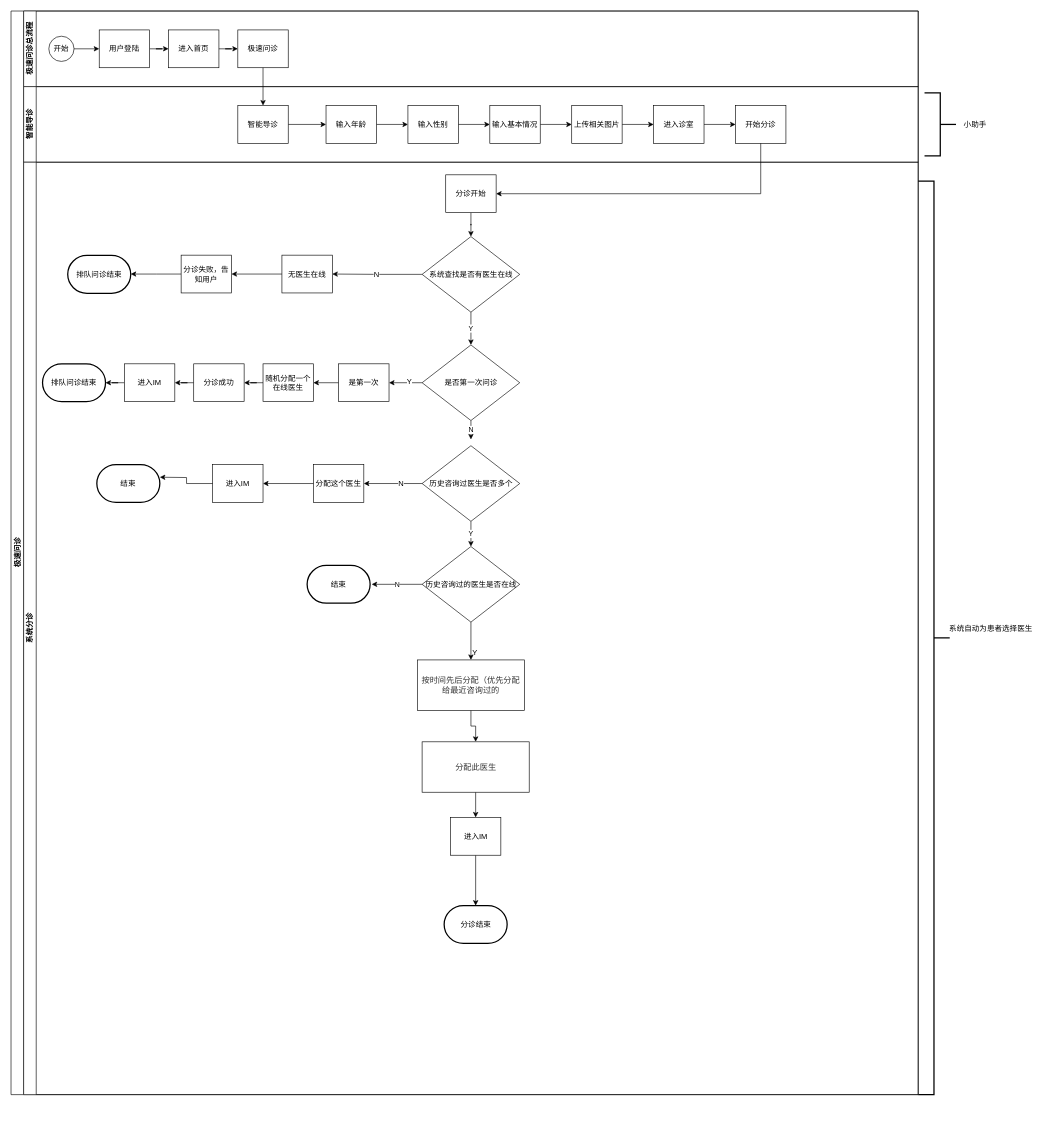
robustwang/uml keeps this draw.io diagram as page "Page-1" (1 of 2) of 首页优化泳道.drawio. Above is the earlier version. Source tidied: cells renumbered, new cells numbered last; positions are measured from the earlier drawing's top-left corner, leaving out a move shared by most shapes. Both pictures are drawn from the tidied source at 63%, with x=0, y=0 at pixel (11, 11).
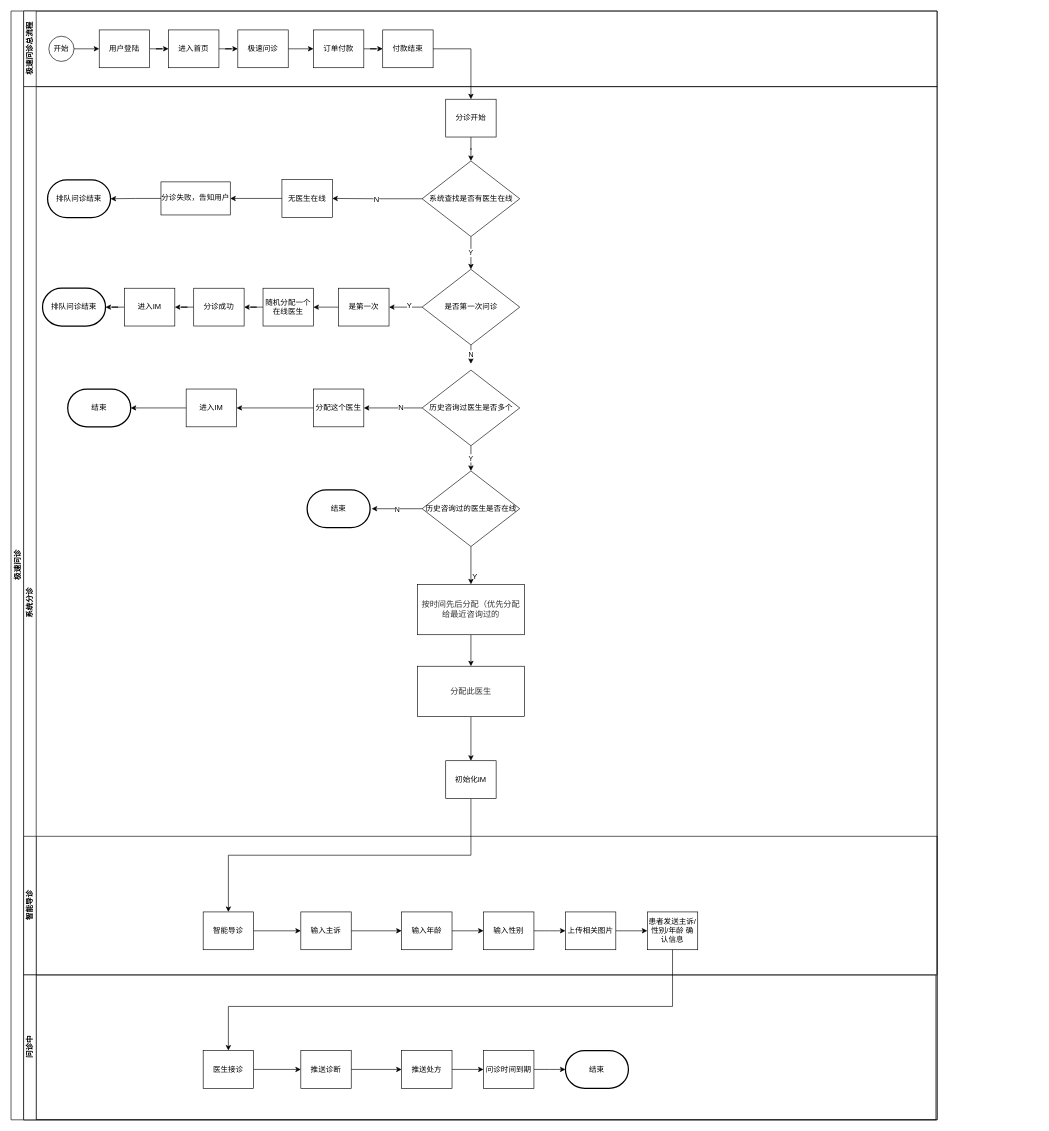
Above is the later version.

Unchanged cells that the change refers to:
```xml
<mxCell id="5" value="极速问诊" style="rounded=0;whiteSpace=wrap;html=1;fontFamily=Helvetica;fontSize=12;fontColor=#000000;align=center;" parent="3" vertex="1">
  <mxGeometry x="340" y="30" width="80" height="60" as="geometry" />
</mxCell>
<mxCell id="29" value="分诊开始" style="rounded=0;whiteSpace=wrap;html=1;fontFamily=Helvetica;fontSize=12;fontColor=#000000;align=center;" parent="27" vertex="1">
  <mxGeometry x="670" y="20" width="80" height="60" as="geometry" />
</mxCell>
```

The edit, as a diff of the source:
```diff
@@
     <mxCell id="2" value="极速问诊" style="swimlane;html=1;horizontal=0;startSize=20;" parent="1" vertex="1">
-      <mxGeometry width="1440" height="1720" as="geometry" />
+      <mxGeometry width="1470" height="1760" as="geometry" />
     </mxCell>
     <mxCell id="3" value="极速问诊总流程" style="swimlane;html=1;startSize=20;horizontal=0;" parent="2" vertex="1">
-      <mxGeometry x="20" width="1420" height="120" as="geometry" />
+      <mxGeometry x="20" width="1450" height="120" as="geometry" />
     </mxCell>
@@
+    <mxCell id="77" style="edgeStyle=orthogonalEdgeStyle;rounded=0;jettySize=auto;html=1;" parent="3" edge="1" source="5" target="79">
+      <mxGeometry relative="1" as="geometry" />
+    </mxCell>
@@
-    <mxCell id="11" value="智能导诊" style="swimlane;html=1;startSize=20;horizontal=0;" parent="2" vertex="1">
-      <mxGeometry x="20" y="120" width="1420" height="120" as="geometry" />
-    </mxCell>
-    <mxCell id="12" style="edgeStyle=orthogonalEdgeStyle;rounded=0;jettySize=auto;html=1;" parent="11" edge="1" source="14" target="21">
-      <mxGeometry relative="1" as="geometry" />
-    </mxCell>
-    <mxCell id="13" style="edgeStyle=orthogonalEdgeStyle;rounded=0;jettySize=auto;html=1;" parent="11" edge="1" source="23" target="19">
-      <mxGeometry relative="1" as="geometry" />
-    </mxCell>
-    <mxCell id="14" value="智能导诊" style="rounded=0;whiteSpace=wrap;html=1;fontFamily=Helvetica;fontSize=12;fontColor=#000000;align=center;" parent="11" vertex="1">
-      <mxGeometry x="340" y="30" width="80" height="60" as="geometry" />
-    </mxCell>
-    <mxCell id="15" style="edgeStyle=orthogonalEdgeStyle;rounded=0;jettySize=auto;html=1;" parent="11" edge="1" source="21" target="22">
-      <mxGeometry relative="1" as="geometry" />
-    </mxCell>
-    <mxCell id="16" style="edgeStyle=orthogonalEdgeStyle;rounded=0;jettySize=auto;html=1;" parent="11" edge="1" source="22" target="20">
-      <mxGeometry relative="1" as="geometry" />
-    </mxCell>
-    <mxCell id="17" style="edgeStyle=orthogonalEdgeStyle;rounded=0;jettySize=auto;html=1;" parent="11" edge="1" source="20" target="23">
-      <mxGeometry relative="1" as="geometry" />
-    </mxCell>
-    <mxCell id="18" style="edgeStyle=orthogonalEdgeStyle;rounded=0;jettySize=auto;html=1;" parent="11" edge="1" source="19" target="24">
-      <mxGeometry relative="1" as="geometry" />
-    </mxCell>
-    <mxCell id="19" value="进入诊室" style="rounded=0;whiteSpace=wrap;html=1;fontFamily=Helvetica;fontSize=12;fontColor=#000000;align=center;" parent="11" vertex="1">
-      <mxGeometry x="1000" y="30" width="80" height="60" as="geometry" />
-    </mxCell>
-    <mxCell id="20" value="输入基本情况" style="rounded=0;whiteSpace=wrap;html=1;fontFamily=Helvetica;fontSize=12;fontColor=#000000;align=center;" parent="11" vertex="1">
-      <mxGeometry x="740" y="30" width="80" height="60" as="geometry" />
-    </mxCell>
-    <mxCell id="21" value="输入年龄" style="rounded=0;whiteSpace=wrap;html=1;fontFamily=Helvetica;fontSize=12;fontColor=#000000;align=center;" parent="11" vertex="1">
-      <mxGeometry x="480" y="30" width="80" height="60" as="geometry" />
-    </mxCell>
-    <mxCell id="22" value="输入性别" style="rounded=0;whiteSpace=wrap;html=1;fontFamily=Helvetica;fontSize=12;fontColor=#000000;align=center;" parent="11" vertex="1">
-      <mxGeometry x="610" y="30" width="80" height="60" as="geometry" />
-    </mxCell>
-    <mxCell id="23" value="上传相关图片" style="rounded=0;whiteSpace=wrap;html=1;fontFamily=Helvetica;fontSize=12;fontColor=#000000;align=center;" parent="11" vertex="1">
-      <mxGeometry x="870" y="30" width="80" height="60" as="geometry" />
-    </mxCell>
-    <mxCell id="24" value="开始分诊" style="rounded=0;whiteSpace=wrap;html=1;fontFamily=Helvetica;fontSize=12;fontColor=#000000;align=center;" parent="11" vertex="1">
-      <mxGeometry x="1130" y="30" width="80" height="60" as="geometry" />
-    </mxCell>
-    <mxCell id="25" style="edgeStyle=orthogonalEdgeStyle;rounded=0;jettySize=auto;html=1;" parent="2" edge="1" source="5" target="14">
-      <mxGeometry relative="1" as="geometry" />
-    </mxCell>
-    <mxCell id="26" style="edgeStyle=orthogonalEdgeStyle;rounded=0;jettySize=auto;html=1;entryX=1;entryY=0.5;entryDx=0;entryDy=0;" parent="2" edge="1" source="24" target="29">
-      <mxGeometry relative="1" as="geometry">
-        <Array as="points">
-          <mxPoint x="1190" y="290" />
-        </Array>
-      </mxGeometry>
-    </mxCell>
+    <mxCell id="78" style="edgeStyle=orthogonalEdgeStyle;rounded=0;jettySize=auto;html=1;" parent="3" edge="1" source="79" target="80">
+      <mxGeometry relative="1" as="geometry" />
+    </mxCell>
+    <mxCell id="79" value="订单付款" style="rounded=0;whiteSpace=wrap;html=1;fontFamily=Helvetica;fontSize=12;fontColor=#000000;align=center;" parent="3" vertex="1">
+      <mxGeometry x="460" y="30" width="80" height="60" as="geometry" />
+    </mxCell>
+    <mxCell id="80" value="付款结束" style="rounded=0;whiteSpace=wrap;html=1;fontFamily=Helvetica;fontSize=12;fontColor=#000000;align=center;" parent="3" vertex="1">
+      <mxGeometry x="570" y="30" width="80" height="60" as="geometry" />
+    </mxCell>
+    <mxCell id="81" style="edgeStyle=orthogonalEdgeStyle;rounded=0;jettySize=auto;html=1;entryX=0.5;entryY=0;entryDx=0;entryDy=0;" parent="2" edge="1" source="80" target="29">
+      <mxGeometry relative="1" as="geometry" />
+    </mxCell>
     <mxCell id="27" value="系统分诊" style="swimlane;html=1;startSize=20;horizontal=0;" parent="2" vertex="1">
-      <mxGeometry x="20" y="240" width="1420" height="1480" as="geometry" />
+      <mxGeometry x="20" y="120" width="1450" height="1640" as="geometry" />
     </mxCell>
@@
-    <mxCell id="33" style="edgeStyle=orthogonalEdgeStyle;rounded=0;jettySize=auto;html=1;" parent="27" edge="1" source="50">
-      <mxGeometry relative="1" as="geometry">
-        <mxPoint x="170" y="177.5" as="targetPoint" />
-      </mxGeometry>
+    <mxCell id="33" style="edgeStyle=orthogonalEdgeStyle;rounded=0;jettySize=auto;html=1;entryX=1;entryY=0.5;entryDx=0;entryDy=0;entryPerimeter=0;" parent="27" edge="1" source="50" target="49">
+      <mxGeometry relative="1" as="geometry" />
     </mxCell>
@@
+    <mxCell id="50" value="分诊失败，告知用户" style="rounded=0;whiteSpace=wrap;html=1;fontFamily=Helvetica;fontSize=12;fontColor=#000000;align=center;" parent="27" vertex="1">
+      <mxGeometry x="218" y="151.2" width="110" height="52.5" as="geometry" />
+    </mxCell>
+    <mxCell id="49" value="排队问诊结束" style="strokeWidth=2;html=1;shape=mxgraph.flowchart.terminator;whiteSpace=wrap;" parent="27" vertex="1">
+      <mxGeometry x="38" y="148" width="100" height="60" as="geometry" />
+    </mxCell>
@@
-    <mxCell id="49" value="排队问诊结束" style="strokeWidth=2;html=1;shape=mxgraph.flowchart.terminator;whiteSpace=wrap;" parent="27" vertex="1">
-      <mxGeometry x="70" y="148" width="100" height="60" as="geometry" />
-    </mxCell>
-    <mxCell id="50" value="分诊失败，告知用户" style="rounded=0;whiteSpace=wrap;html=1;fontFamily=Helvetica;fontSize=12;fontColor=#000000;align=center;" parent="27" vertex="1">
-      <mxGeometry x="250" y="147.5" width="80" height="60" as="geometry" />
-    </mxCell>
@@
     <mxCell id="53" value="结束" style="strokeWidth=2;html=1;shape=mxgraph.flowchart.terminator;whiteSpace=wrap;" parent="27" vertex="1">
-      <mxGeometry x="116.2" y="480" width="100" height="60" as="geometry" />
+      <mxGeometry x="70" y="480" width="100" height="60" as="geometry" />
     </mxCell>
-    <mxCell id="54" value="进入IM" style="rounded=0;whiteSpace=wrap;html=1;fontFamily=Helvetica;fontSize=12;fontColor=#000000;align=center;" parent="27" vertex="1">
-      <mxGeometry x="300" y="480" width="80" height="60" as="geometry" />
-    </mxCell>
@@
-    <mxCell id="58" style="edgeStyle=orthogonalEdgeStyle;rounded=0;jettySize=auto;html=1;" parent="27" edge="1" source="54">
-      <mxGeometry relative="1" as="geometry">
-        <mxPoint x="216.2" y="500" as="targetPoint" />
-      </mxGeometry>
+    <mxCell id="58" style="edgeStyle=orthogonalEdgeStyle;rounded=0;jettySize=auto;html=1;entryX=1;entryY=0.5;entryDx=0;entryDy=0;entryPerimeter=0;" parent="27" edge="1" source="54" target="53">
+      <mxGeometry relative="1" as="geometry" />
     </mxCell>
@@
+    <mxCell id="54" value="进入IM" style="rounded=0;whiteSpace=wrap;html=1;fontFamily=Helvetica;fontSize=12;fontColor=#000000;align=center;" parent="27" vertex="1">
+      <mxGeometry x="258" y="480" width="80" height="60" as="geometry" />
+    </mxCell>
@@
+    <mxCell id="69" style="edgeStyle=orthogonalEdgeStyle;rounded=0;jettySize=auto;html=1;entryX=0.5;entryY=0;entryDx=0;entryDy=0;exitX=0.5;exitY=1;exitDx=0;exitDy=0;" parent="27" edge="1" source="70" target="14">
+      <mxGeometry relative="1" as="geometry" />
+    </mxCell>
     <mxCell id="68" value="&lt;span style=&quot;color: rgb(51 , 51 , 51) ; font-family: , &amp;#34;pingfang sc&amp;#34; ; font-size: 13px&quot;&gt;分配此医生&lt;/span&gt;" style="rounded=0;whiteSpace=wrap;html=1;fontFamily=Helvetica;fontSize=12;fontColor=#000000;align=center;" parent="27" vertex="1">
-      <mxGeometry x="632.5" y="920" width="170" height="80" as="geometry" />
+      <mxGeometry x="625" y="920" width="170" height="80" as="geometry" />
     </mxCell>
-    <mxCell id="69" style="edgeStyle=orthogonalEdgeStyle;rounded=0;jettySize=auto;html=1;" parent="27" edge="1" source="70" target="71">
-      <mxGeometry relative="1" as="geometry" />
-    </mxCell>
-    <mxCell id="70" value="进入IM" style="rounded=0;whiteSpace=wrap;html=1;fontFamily=Helvetica;fontSize=12;fontColor=#000000;align=center;" parent="27" vertex="1">
-      <mxGeometry x="677.5" y="1040" width="80" height="60" as="geometry" />
+    <mxCell id="70" value="初始化IM" style="rounded=0;whiteSpace=wrap;html=1;fontFamily=Helvetica;fontSize=12;fontColor=#000000;align=center;" parent="27" vertex="1">
+      <mxGeometry x="670" y="1070" width="80" height="60" as="geometry" />
     </mxCell>
-    <mxCell id="71" value="分诊结束" style="strokeWidth=2;html=1;shape=mxgraph.flowchart.terminator;whiteSpace=wrap;" parent="27" vertex="1">
-      <mxGeometry x="667.5" y="1180" width="100" height="60" as="geometry" />
-    </mxCell>
@@
-    <mxCell id="73" style="strokeWidth=2;html=1;shape=mxgraph.flowchart.annotation_2;align=left;labelPosition=right;rotation=-180;" parent="1" vertex="1">
-      <mxGeometry x="1450" y="130" width="50" height="100" as="geometry" />
-    </mxCell>
-    <mxCell id="74" value="小助手" style="text;html=1;align=center;verticalAlign=middle;" parent="1" vertex="1">
-      <mxGeometry x="1505" y="170" width="50" height="20" as="geometry" />
-    </mxCell>
-    <mxCell id="75" style="strokeWidth=2;html=1;shape=mxgraph.flowchart.annotation_2;align=left;labelPosition=right;rotation=-180;" parent="1" vertex="1">
-      <mxGeometry x="1440" y="270" width="50" height="1450" as="geometry" />
-    </mxCell>
-    <mxCell id="76" value="系统自动为患者选择医生&lt;br&gt;" style="text;html=1;align=center;verticalAlign=middle;" parent="1" vertex="1">
-      <mxGeometry x="1480" y="970" width="150" height="20" as="geometry" />
-    </mxCell>
+    <mxCell id="11" value="智能导诊" style="swimlane;html=1;startSize=20;horizontal=0;" parent="27" vertex="1">
+      <mxGeometry y="1190" width="1450" height="220" as="geometry" />
+    </mxCell>
+    <mxCell id="12" style="edgeStyle=orthogonalEdgeStyle;rounded=0;jettySize=auto;html=1;" parent="11" edge="1" source="83" target="21">
+      <mxGeometry relative="1" as="geometry" />
+    </mxCell>
+    <mxCell id="13" style="edgeStyle=orthogonalEdgeStyle;rounded=0;jettySize=auto;html=1;entryX=0;entryY=0.5;entryDx=0;entryDy=0;" parent="11" edge="1" source="23" target="82">
+      <mxGeometry relative="1" as="geometry" />
+    </mxCell>
+    <mxCell id="15" style="edgeStyle=orthogonalEdgeStyle;rounded=0;jettySize=auto;html=1;" parent="11" edge="1" source="21" target="22">
+      <mxGeometry relative="1" as="geometry" />
+    </mxCell>
+    <mxCell id="16" style="edgeStyle=orthogonalEdgeStyle;rounded=0;jettySize=auto;html=1;" parent="11" edge="1" source="22">
+      <mxGeometry relative="1" as="geometry">
+        <mxPoint x="860" y="150" as="targetPoint" />
+      </mxGeometry>
+    </mxCell>
+    <mxCell id="82" value="患者发送主诉/性别/年龄 确认信息" style="rounded=0;whiteSpace=wrap;html=1;fontFamily=Helvetica;fontSize=12;fontColor=#000000;align=center;" parent="11" vertex="1">
+      <mxGeometry x="990" y="120" width="80" height="60" as="geometry" />
+    </mxCell>
+    <mxCell id="23" value="上传相关图片" style="rounded=0;whiteSpace=wrap;html=1;fontFamily=Helvetica;fontSize=12;fontColor=#000000;align=center;" parent="11" vertex="1">
+      <mxGeometry x="860" y="120" width="80" height="60" as="geometry" />
+    </mxCell>
+    <mxCell id="21" value="输入年龄" style="rounded=0;whiteSpace=wrap;html=1;fontFamily=Helvetica;fontSize=12;fontColor=#000000;align=center;" parent="11" vertex="1">
+      <mxGeometry x="600" y="120" width="80" height="60" as="geometry" />
+    </mxCell>
+    <mxCell id="22" value="输入性别" style="rounded=0;whiteSpace=wrap;html=1;fontFamily=Helvetica;fontSize=12;fontColor=#000000;align=center;" parent="11" vertex="1">
+      <mxGeometry x="730" y="120" width="80" height="60" as="geometry" />
+    </mxCell>
+    <mxCell id="14" value="智能导诊" style="rounded=0;whiteSpace=wrap;html=1;fontFamily=Helvetica;fontSize=12;fontColor=#000000;align=center;" parent="11" vertex="1">
+      <mxGeometry x="285" y="120" width="80" height="60" as="geometry" />
+    </mxCell>
+    <mxCell id="83" value="输入主诉" style="rounded=0;whiteSpace=wrap;html=1;fontFamily=Helvetica;fontSize=12;fontColor=#000000;align=center;" parent="11" vertex="1">
+      <mxGeometry x="440" y="120" width="80" height="60" as="geometry" />
+    </mxCell>
+    <mxCell id="84" style="edgeStyle=orthogonalEdgeStyle;rounded=0;jettySize=auto;html=1;" parent="11" edge="1" source="14" target="83">
+      <mxGeometry relative="1" as="geometry" />
+    </mxCell>
+    <mxCell id="85" value="结束" style="strokeWidth=2;html=1;shape=mxgraph.flowchart.terminator;whiteSpace=wrap;" parent="27" vertex="1">
+      <mxGeometry x="860" y="1530" width="100" height="60" as="geometry" />
+    </mxCell>
+    <mxCell id="86" value="问诊中" style="swimlane;html=1;startSize=20;horizontal=0;" parent="1" vertex="1">
+      <mxGeometry x="20" y="1530" width="1448" height="230" as="geometry" />
+    </mxCell>
+    <mxCell id="87" style="edgeStyle=orthogonalEdgeStyle;rounded=0;jettySize=auto;html=1;" parent="86" edge="1" source="93" target="90">
+      <mxGeometry relative="1" as="geometry" />
+    </mxCell>
+    <mxCell id="88" style="edgeStyle=orthogonalEdgeStyle;rounded=0;jettySize=auto;html=1;" parent="86" edge="1" source="90" target="91">
+      <mxGeometry relative="1" as="geometry" />
+    </mxCell>
+    <mxCell id="89" style="edgeStyle=orthogonalEdgeStyle;rounded=0;jettySize=auto;html=1;" parent="86" edge="1" source="91">
+      <mxGeometry relative="1" as="geometry">
+        <mxPoint x="860" y="150" as="targetPoint" />
+      </mxGeometry>
+    </mxCell>
+    <mxCell id="90" value="推送处方" style="rounded=0;whiteSpace=wrap;html=1;fontFamily=Helvetica;fontSize=12;fontColor=#000000;align=center;" parent="86" vertex="1">
+      <mxGeometry x="600" y="120" width="80" height="60" as="geometry" />
+    </mxCell>
+    <mxCell id="91" value="问诊时间到期" style="rounded=0;whiteSpace=wrap;html=1;fontFamily=Helvetica;fontSize=12;fontColor=#000000;align=center;" parent="86" vertex="1">
+      <mxGeometry x="730" y="120" width="80" height="60" as="geometry" />
+    </mxCell>
+    <mxCell id="92" value="医生接诊" style="rounded=0;whiteSpace=wrap;html=1;fontFamily=Helvetica;fontSize=12;fontColor=#000000;align=center;" parent="86" vertex="1">
+      <mxGeometry x="285" y="120" width="80" height="60" as="geometry" />
+    </mxCell>
+    <mxCell id="93" value="推送诊断" style="rounded=0;whiteSpace=wrap;html=1;fontFamily=Helvetica;fontSize=12;fontColor=#000000;align=center;" parent="86" vertex="1">
+      <mxGeometry x="440" y="120" width="80" height="60" as="geometry" />
+    </mxCell>
+    <mxCell id="94" style="edgeStyle=orthogonalEdgeStyle;rounded=0;jettySize=auto;html=1;" parent="86" edge="1" source="92" target="93">
+      <mxGeometry relative="1" as="geometry" />
+    </mxCell>
+    <mxCell id="95" style="edgeStyle=orthogonalEdgeStyle;rounded=0;jettySize=auto;html=1;entryX=0.5;entryY=0;entryDx=0;entryDy=0;" parent="1" edge="1" source="82" target="92">
+      <mxGeometry relative="1" as="geometry">
+        <Array as="points">
+          <mxPoint x="1050" y="1580" />
+          <mxPoint x="345" y="1580" />
+        </Array>
+      </mxGeometry>
+    </mxCell>
```
